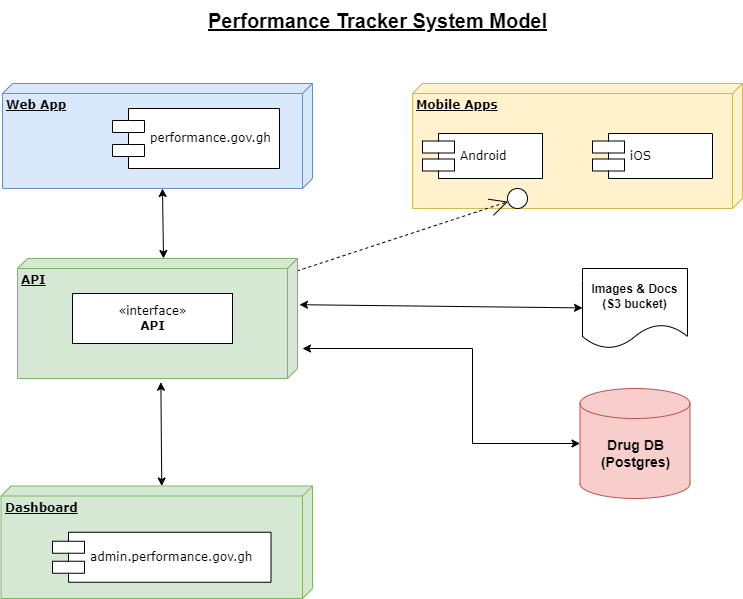
This is PerfTracker.drawio.png from cephydex/archdiags, a draw.io export, as it was before one commit. Source tidied: cells renumbered, new cells last; positions are measured from the earlier drawing's top-left corner, leaving out a move shared by most shapes.
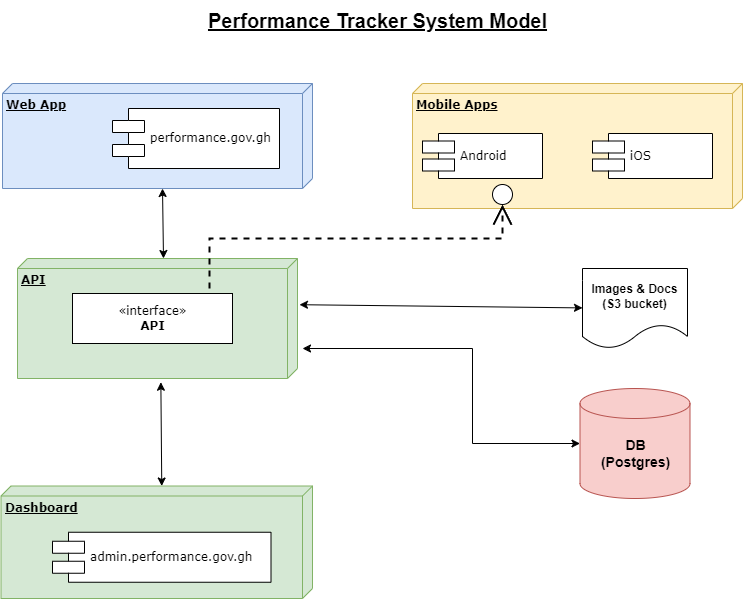
Above is the later version.

The edit, as a diff of the source:
```diff
@@ -20,9 +20,6 @@
     <mxCell id="7" value="admin.performance.gov.gh" style="shape=component;align=left;spacingLeft=36;rounded=0;shadow=0;comic=0;labelBackgroundColor=none;strokeWidth=1;fontFamily=Verdana;fontSize=12;html=1;" parent="1" vertex="1">
       <mxGeometry x="52" y="531.8" width="218.5" height="50" as="geometry" />
     </mxCell>
-    <mxCell id="8" style="edgeStyle=none;rounded=0;html=1;dashed=1;labelBackgroundColor=none;startArrow=none;startFill=0;startSize=8;endArrow=open;endFill=0;endSize=16;fontFamily=Verdana;fontSize=12;" parent="1" edge="1" source="21" target="12">
-      <mxGeometry relative="1" as="geometry" />
-    </mxCell>
     <mxCell id="9" value="iOS" style="shape=component;align=left;spacingLeft=36;rounded=0;shadow=0;comic=0;labelBackgroundColor=none;strokeWidth=1;fontFamily=Verdana;fontSize=12;html=1;" parent="1" vertex="1">
       <mxGeometry x="592" y="133" width="120" height="45" as="geometry" />
     </mxCell>
@@ -39,7 +36,7 @@
       <mxGeometry x="197" width="360" height="40" as="geometry" />
     </mxCell>
     <mxCell id="12" style="ellipse;whiteSpace=wrap;html=1;rounded=0;shadow=0;comic=0;labelBackgroundColor=none;strokeWidth=1;fontFamily=Verdana;fontSize=12;align=center;" parent="1" vertex="1">
-      <mxGeometry x="507" y="188" width="20" height="20" as="geometry" />
+      <mxGeometry x="492" y="184" width="20" height="20" as="geometry" />
     </mxCell>
     <mxCell id="13" style="endArrow=classic;startArrow=classic;html=1;rounded=0;exitX=1.031;exitY=0.488;exitDx=0;exitDy=0;exitPerimeter=0;entryX=0;entryY=0;entryDx=0;entryDy=150.75;entryPerimeter=0;" parent="1" edge="1" source="20" target="2">
       <mxGeometry relative="1" as="geometry" />
@@ -53,7 +50,7 @@
     <mxCell id="16" style="shape=cylinder3;whiteSpace=wrap;html=1;boundedLbl=1;backgroundOutline=1;size=15;fillColor=#f8cecc;strokeColor=#b85450;" parent="15" vertex="1">
       <mxGeometry width="110" height="110" as="geometry" />
     </mxCell>
-    <mxCell id="17" value="Drug DB&lt;br&gt;(Postgres)" style="text;html=1;align=center;verticalAlign=middle;strokeColor=none;fillColor=none;fontSize=14;fontStyle=1;" parent="15" vertex="1">
+    <mxCell id="17" value="DB&lt;br&gt;(Postgres)" style="text;html=1;align=center;verticalAlign=middle;strokeColor=none;fillColor=none;fontSize=14;fontStyle=1;" parent="15" vertex="1">
       <mxGeometry x="10" y="39.5" width="90" height="50" as="geometry" />
     </mxCell>
     <mxCell id="18" style="endArrow=classic;startArrow=classic;html=1;rounded=0;entryX=0.385;entryY=-0.007;entryDx=0;entryDy=0;entryPerimeter=0;" parent="1" edge="1" source="14" target="20">
@@ -74,5 +71,13 @@
         <mxPoint x="163" y="258" as="targetPoint" />
       </mxGeometry>
     </mxCell>
+    <mxCell id="8" style="edgeStyle=none;rounded=0;html=1;dashed=1;labelBackgroundColor=none;startArrow=none;startFill=0;startSize=8;endArrow=open;endFill=0;endSize=16;fontFamily=Verdana;fontSize=12;exitX=0.856;exitY=-0.1;exitDx=0;exitDy=0;exitPerimeter=0;strokeWidth=2;" parent="1" edge="1" source="21" target="12">
+      <mxGeometry relative="1" as="geometry">
+        <Array as="points">
+          <mxPoint x="209" y="238" />
+          <mxPoint x="502" y="238" />
+        </Array>
+      </mxGeometry>
+    </mxCell>
   </root>
 </mxGraphModel>
```
